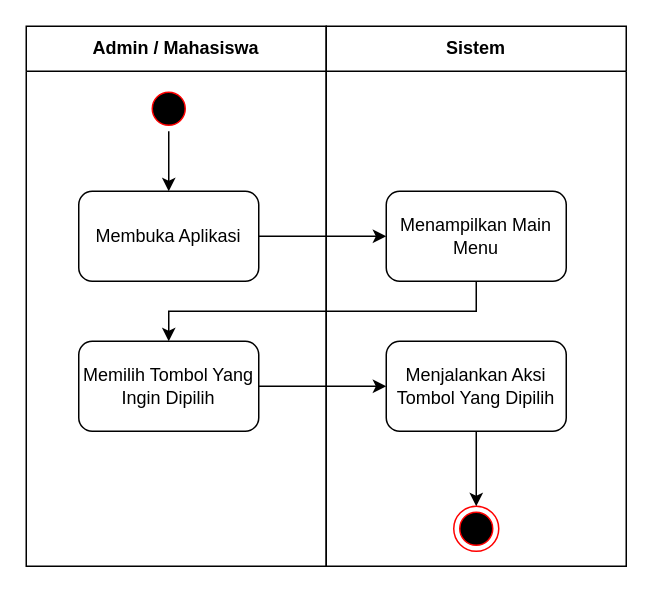
The draw.io diagram skripsi/skripsi/gambar/BAB III/Activity Diagram/Activity Diagram - Main Menu.drawio in hako-975/UNPAM-File, before the edit. Source tidied: cells renumbered, new cells numbered last; positions are measured from the earlier drawing's top-left corner, leaving out a move shared by most shapes. Both pictures are drawn from the tidied source at 150%, with x=0, y=0 at pixel (26, 26).
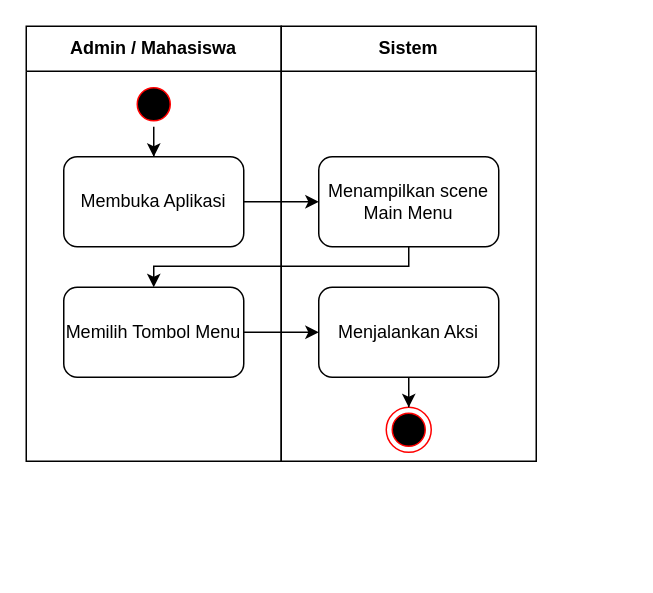
The same diagram, later.

Diff of the diagram source:
```diff
@@
 <mxGraphModel>
   <root>
     <mxCell id="0" />
     <mxCell id="1" parent="0" />
     <mxCell id="2" value="Admin / Mahasiswa" style="swimlane;whiteSpace=wrap;html=1;startSize=30;" parent="1" vertex="1">
-      <mxGeometry width="200" height="360" as="geometry" />
+      <mxGeometry width="170" height="290" as="geometry" />
     </mxCell>
     <mxCell id="3" style="edgeStyle=orthogonalEdgeStyle;rounded=0;jettySize=auto;html=1;entryX=0.5;entryY=0;entryDx=0;entryDy=0;" parent="2" edge="1" source="4" target="5">
       <mxGeometry relative="1" as="geometry" />
     </mxCell>
     <mxCell id="4" style="ellipse;html=1;shape=startState;fillColor=#000000;strokeColor=#ff0000;" parent="2" vertex="1">
-      <mxGeometry x="80" y="40" width="30" height="30" as="geometry" />
+      <mxGeometry x="70" y="37" width="30" height="30" as="geometry" />
     </mxCell>
     <mxCell id="5" value="Membuka Aplikasi" style="rounded=1;whiteSpace=wrap;html=1;" parent="2" vertex="1">
-      <mxGeometry x="35" y="110" width="120" height="60" as="geometry" />
+      <mxGeometry x="25" y="87" width="120" height="60" as="geometry" />
     </mxCell>
-    <mxCell id="6" value="Memilih Tombol Yang Ingin Dipilih" style="whiteSpace=wrap;html=1;rounded=1;" parent="2" vertex="1">
-      <mxGeometry x="35" y="210" width="120" height="60" as="geometry" />
+    <mxCell id="6" value="Memilih Tombol Menu" style="whiteSpace=wrap;html=1;rounded=1;" parent="2" vertex="1">
+      <mxGeometry x="25" y="174" width="120" height="60" as="geometry" />
     </mxCell>
     <mxCell id="7" value="Sistem" style="swimlane;whiteSpace=wrap;html=1;startSize=30;" parent="1" vertex="1">
-      <mxGeometry x="200" width="200" height="360" as="geometry" />
+      <mxGeometry x="170" width="170" height="290" as="geometry" />
     </mxCell>
-    <mxCell id="8" value="Menampilkan Main Menu" style="whiteSpace=wrap;html=1;rounded=1;" parent="7" vertex="1">
-      <mxGeometry x="40" y="110" width="120" height="60" as="geometry" />
+    <mxCell id="8" value="Menampilkan scene Main Menu" style="whiteSpace=wrap;html=1;rounded=1;" parent="7" vertex="1">
+      <mxGeometry x="25" y="87" width="120" height="60" as="geometry" />
     </mxCell>
+    <mxCell id="11" value="Menjalankan Aksi" style="whiteSpace=wrap;html=1;rounded=1;" parent="7" vertex="1">
+      <mxGeometry x="25" y="174" width="120" height="60" as="geometry" />
+    </mxCell>
     <mxCell id="9" style="ellipse;html=1;shape=endState;fillColor=#000000;strokeColor=#ff0000;" parent="7" vertex="1">
-      <mxGeometry x="85" y="320" width="30" height="30" as="geometry" />
+      <mxGeometry x="70" y="254" width="30" height="30" as="geometry" />
     </mxCell>
     <mxCell id="10" style="edgeStyle=orthogonalEdgeStyle;rounded=0;jettySize=auto;html=1;entryX=0.5;entryY=0;entryDx=0;entryDy=0;" parent="7" edge="1" source="11" target="9">
       <mxGeometry relative="1" as="geometry" />
     </mxCell>
-    <mxCell id="11" value="Menjalankan Aksi Tombol Yang Dipilih" style="whiteSpace=wrap;html=1;rounded=1;" parent="7" vertex="1">
-      <mxGeometry x="40" y="210" width="120" height="60" as="geometry" />
-    </mxCell>
     <mxCell id="12" style="edgeStyle=orthogonalEdgeStyle;rounded=0;jettySize=auto;html=1;exitX=1;exitY=0.5;exitDx=0;exitDy=0;" parent="1" edge="1" source="5" target="8">
       <mxGeometry relative="1" as="geometry" />
     </mxCell>
+    <mxCell id="14" style="edgeStyle=orthogonalEdgeStyle;rounded=0;jettySize=auto;html=1;entryX=0;entryY=0.5;entryDx=0;entryDy=0;" parent="1" edge="1" source="6" target="11">
+      <mxGeometry relative="1" as="geometry" />
+    </mxCell>
-    <mxCell id="13" style="edgeStyle=orthogonalEdgeStyle;rounded=0;jettySize=auto;html=1;exitX=0.5;exitY=1;exitDx=0;exitDy=0;" parent="1" edge="1" source="8" target="6">
-      <mxGeometry relative="1" as="geometry" />
+    <mxCell id="13" style="edgeStyle=orthogonalEdgeStyle;rounded=0;jettySize=auto;html=1;entryX=0.5;entryY=0;entryDx=0;entryDy=0;exitX=0.5;exitY=1;exitDx=0;exitDy=0;" parent="1" edge="1" source="8" target="6">
+      <mxGeometry relative="1" as="geometry">
+        <Array as="points">
+          <mxPoint x="255" y="160" />
+          <mxPoint x="85" y="160" />
+        </Array>
+      </mxGeometry>
     </mxCell>
-    <mxCell id="14" style="edgeStyle=orthogonalEdgeStyle;rounded=0;jettySize=auto;html=1;entryX=0;entryY=0.5;entryDx=0;entryDy=0;" parent="1" edge="1" source="6" target="11">
-      <mxGeometry relative="1" as="geometry" />
-    </mxCell>
   </root>
 </mxGraphModel>
```
